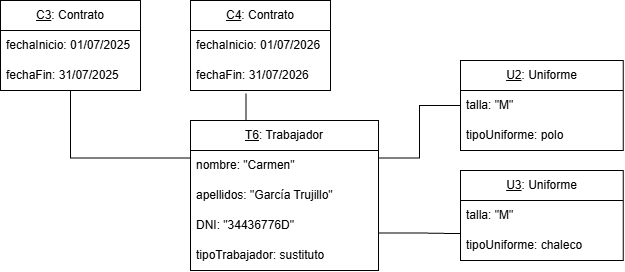
This is Imágenes/Diagrama Uniforme.png from DYL0061/proyecto-curso-iissi1-2026-DYL0061, a draw.io export, as it was before one commit. Source tidied: cells renumbered, new cells last; positions are measured from the earlier drawing's top-left corner, leaving out a move shared by most shapes. The source it was exported from:
```xml
<mxGraphModel>
  <root>
    <mxCell id="0" />
    <mxCell id="1" parent="0" />
    <mxCell id="2" style="edgeStyle=orthogonalEdgeStyle;rounded=0;jettySize=auto;html=1;exitX=1;exitY=0.25;exitDx=0;exitDy=0;entryX=0;entryY=0.5;entryDx=0;entryDy=0;defaultLabelBackgroundColor=page;endArrow=none;endFill=0;" parent="1" edge="1" source="3" target="12">
      <mxGeometry relative="1" as="geometry" />
    </mxCell>
    <mxCell id="3" value="&lt;u&gt;T6&lt;/u&gt;: Trabajador" style="swimlane;fontStyle=0;horizontal=1;startSize=30;whiteSpace=wrap;html=1;" parent="1" vertex="1">
      <mxGeometry x="190" y="120" width="188" height="150" as="geometry" />
    </mxCell>
    <mxCell id="4" value="nombre: &quot;Carmen&quot;" style="text;strokeColor=none;fillColor=none;align=left;verticalAlign=middle;spacingLeft=4;spacingRight=4;overflow=hidden;whiteSpace=wrap;html=1;" parent="3" vertex="1">
      <mxGeometry y="30" width="188" height="30" as="geometry" />
    </mxCell>
    <mxCell id="5" value="apellidos: &quot;García Trujillo&quot;" style="text;strokeColor=none;fillColor=none;align=left;verticalAlign=middle;spacingLeft=4;spacingRight=4;overflow=hidden;whiteSpace=wrap;html=1;" parent="3" vertex="1">
      <mxGeometry y="60" width="188" height="30" as="geometry" />
    </mxCell>
    <mxCell id="6" value="DNI: &quot;34436776D&quot;" style="text;strokeColor=none;fillColor=none;align=left;verticalAlign=middle;spacingLeft=4;spacingRight=4;overflow=hidden;whiteSpace=wrap;html=1;" parent="3" vertex="1">
      <mxGeometry y="90" width="188" height="30" as="geometry" />
    </mxCell>
    <mxCell id="7" value="tipoTrabajador: sustituto" style="text;strokeColor=none;fillColor=none;align=left;verticalAlign=middle;spacingLeft=4;spacingRight=4;overflow=hidden;whiteSpace=wrap;html=1;" parent="3" vertex="1">
      <mxGeometry y="120" width="188" height="30" as="geometry" />
    </mxCell>
    <mxCell id="8" value="&lt;font style=&quot;font-size: 12px;&quot;&gt;&lt;u&gt;C4&lt;/u&gt;: Contrato&lt;/font&gt;" style="swimlane;fontStyle=0;horizontal=1;startSize=30;whiteSpace=wrap;html=1;fontSize=10;" parent="1" vertex="1">
      <mxGeometry x="190" width="140" height="90" as="geometry" />
    </mxCell>
    <mxCell id="9" value="&lt;font style=&quot;font-size: 12px;&quot;&gt;fechaInicio: 01/07/2026&lt;/font&gt;" style="text;strokeColor=none;fillColor=none;align=left;verticalAlign=middle;spacingLeft=4;spacingRight=4;overflow=hidden;whiteSpace=wrap;html=1;fontSize=10;" parent="8" vertex="1">
      <mxGeometry y="30" width="140" height="30" as="geometry" />
    </mxCell>
    <mxCell id="10" value="&lt;font style=&quot;font-size: 12px;&quot;&gt;fechaFin: 31/07/2026&lt;/font&gt;" style="text;strokeColor=none;fillColor=none;align=left;verticalAlign=middle;spacingLeft=4;spacingRight=4;overflow=hidden;points=[[0,0.5],[1,0.5]];portConstraint=eastwest;whiteSpace=wrap;html=1;fontSize=10;" parent="8" vertex="1">
      <mxGeometry y="60" width="140" height="30" as="geometry" />
    </mxCell>
    <mxCell id="11" style="edgeStyle=orthogonalEdgeStyle;rounded=0;jettySize=auto;html=1;exitX=0.25;exitY=0;exitDx=0;exitDy=0;entryX=0.397;entryY=1.096;entryDx=0;entryDy=0;entryPerimeter=0;defaultLabelBackgroundColor=page;endArrow=none;endFill=0;" parent="1" edge="1" source="3" target="10">
      <mxGeometry x="0.01" relative="1" as="geometry" />
    </mxCell>
    <mxCell id="12" value="&lt;font style=&quot;font-size: 12px;&quot;&gt;&lt;u&gt;U2&lt;/u&gt;: Uniforme&lt;/font&gt;" style="swimlane;fontStyle=0;horizontal=1;startSize=30;whiteSpace=wrap;html=1;fontSize=10;" parent="1" vertex="1">
      <mxGeometry x="460" y="60" width="162.6" height="90" as="geometry" />
    </mxCell>
    <mxCell id="13" value="&lt;font style=&quot;font-size: 12px;&quot;&gt;talla: &quot;M&quot;&lt;/font&gt;" style="text;strokeColor=none;fillColor=none;align=left;verticalAlign=middle;spacingLeft=4;spacingRight=4;overflow=hidden;whiteSpace=wrap;html=1;fontSize=10;" parent="12" vertex="1">
      <mxGeometry y="30" width="162.6" height="30" as="geometry" />
    </mxCell>
    <mxCell id="14" value="&lt;font style=&quot;font-size: 12px;&quot;&gt;tipoUniforme: polo&amp;nbsp;&lt;/font&gt;" style="text;strokeColor=none;fillColor=none;align=left;verticalAlign=middle;spacingLeft=4;spacingRight=4;overflow=hidden;whiteSpace=wrap;html=1;fontSize=10;" parent="12" vertex="1">
      <mxGeometry y="60" width="162.6" height="30" as="geometry" />
    </mxCell>
    <mxCell id="15" value="&lt;font style=&quot;font-size: 12px;&quot;&gt;&lt;u&gt;U3&lt;/u&gt;: Uniforme&lt;/font&gt;" style="swimlane;fontStyle=0;horizontal=1;startSize=30;whiteSpace=wrap;html=1;fontSize=10;" parent="1" vertex="1">
      <mxGeometry x="460" y="170" width="162.6" height="90" as="geometry" />
    </mxCell>
    <mxCell id="16" value="&lt;font style=&quot;font-size: 12px;&quot;&gt;talla: &quot;M&quot;&lt;/font&gt;" style="text;strokeColor=none;fillColor=none;align=left;verticalAlign=middle;spacingLeft=4;spacingRight=4;overflow=hidden;whiteSpace=wrap;html=1;fontSize=10;" parent="15" vertex="1">
      <mxGeometry y="30" width="162.6" height="30" as="geometry" />
    </mxCell>
    <mxCell id="17" value="&lt;font style=&quot;font-size: 12px;&quot;&gt;tipoUniforme: chaleco&amp;nbsp;&lt;/font&gt;" style="text;strokeColor=none;fillColor=none;align=left;verticalAlign=middle;spacingLeft=4;spacingRight=4;overflow=hidden;points=[[0,0.5],[1,0.5]];portConstraint=eastwest;whiteSpace=wrap;html=1;fontSize=10;" parent="15" vertex="1">
      <mxGeometry y="60" width="162.6" height="30" as="geometry" />
    </mxCell>
    <mxCell id="18" style="edgeStyle=orthogonalEdgeStyle;rounded=0;jettySize=auto;html=1;exitX=1;exitY=0.75;exitDx=0;exitDy=0;entryX=0.002;entryY=0.104;entryDx=0;entryDy=0;entryPerimeter=0;defaultLabelBackgroundColor=page;endArrow=none;endFill=0;" parent="1" edge="1" source="3" target="17">
      <mxGeometry x="-0.01" relative="1" as="geometry" />
    </mxCell>
    <mxCell id="19" value="&lt;font style=&quot;font-size: 12px;&quot;&gt;&lt;u&gt;C3&lt;/u&gt;: Contrato&lt;/font&gt;" style="swimlane;fontStyle=0;horizontal=1;startSize=30;whiteSpace=wrap;html=1;fontSize=10;" parent="1" vertex="1">
      <mxGeometry width="140" height="90" as="geometry" />
    </mxCell>
    <mxCell id="20" value="&lt;font style=&quot;font-size: 12px;&quot;&gt;fechaInicio: 01/07/2025&lt;/font&gt;" style="text;strokeColor=none;fillColor=none;align=left;verticalAlign=middle;spacingLeft=4;spacingRight=4;overflow=hidden;whiteSpace=wrap;html=1;fontSize=10;" parent="19" vertex="1">
      <mxGeometry y="30" width="140" height="30" as="geometry" />
    </mxCell>
    <mxCell id="21" value="&lt;font style=&quot;font-size: 12px;&quot;&gt;fechaFin: 31/07/2025&lt;/font&gt;" style="text;strokeColor=none;fillColor=none;align=left;verticalAlign=middle;spacingLeft=4;spacingRight=4;overflow=hidden;whiteSpace=wrap;html=1;fontSize=10;" parent="19" vertex="1">
      <mxGeometry y="60" width="140" height="30" as="geometry" />
    </mxCell>
    <mxCell id="22" style="edgeStyle=orthogonalEdgeStyle;rounded=0;jettySize=auto;html=1;exitX=0;exitY=0.25;exitDx=0;exitDy=0;entryX=0.5;entryY=1;entryDx=0;entryDy=0;defaultLabelBackgroundColor=page;endArrow=none;endFill=0;" parent="1" edge="1" source="3" target="19">
      <mxGeometry relative="1" as="geometry" />
    </mxCell>
  </root>
</mxGraphModel>
```
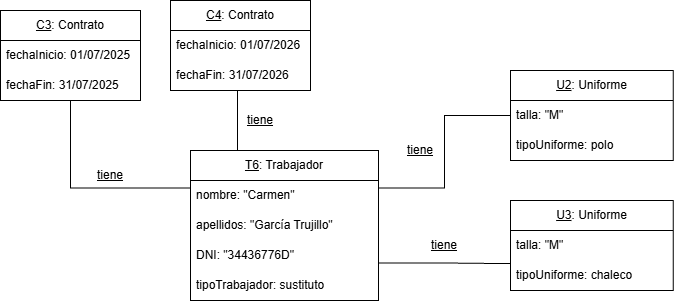
Above is the later version.

The edit, as a diff of the source:
```diff
@@ -5,8 +5,11 @@
     <mxCell id="2" style="edgeStyle=orthogonalEdgeStyle;rounded=0;jettySize=auto;html=1;exitX=1;exitY=0.25;exitDx=0;exitDy=0;entryX=0;entryY=0.5;entryDx=0;entryDy=0;defaultLabelBackgroundColor=page;endArrow=none;endFill=0;" parent="1" edge="1" source="3" target="12">
       <mxGeometry relative="1" as="geometry" />
     </mxCell>
+    <mxCell id="11" style="edgeStyle=orthogonalEdgeStyle;shape=connector;rounded=0;jettySize=auto;html=1;exitX=0.25;exitY=0;exitDx=0;exitDy=0;entryX=0.479;entryY=1.009;entryDx=0;entryDy=0;strokeColor=default;align=center;verticalAlign=middle;fontFamily=Helvetica;fontSize=11;fontColor=default;labelBackgroundColor=default;defaultLabelBackgroundColor=page;endArrow=none;endFill=0;entryPerimeter=0;" parent="1" edge="1" source="3" target="10">
+      <mxGeometry x="0.02" relative="1" as="geometry" />
+    </mxCell>
     <mxCell id="3" value="&lt;u&gt;T6&lt;/u&gt;: Trabajador" style="swimlane;fontStyle=0;horizontal=1;startSize=30;whiteSpace=wrap;html=1;" parent="1" vertex="1">
-      <mxGeometry x="190" y="120" width="188" height="150" as="geometry" />
+      <mxGeometry x="190" y="140" width="188" height="150" as="geometry" />
     </mxCell>
     <mxCell id="4" value="nombre: &quot;Carmen&quot;" style="text;strokeColor=none;fillColor=none;align=left;verticalAlign=middle;spacingLeft=4;spacingRight=4;overflow=hidden;whiteSpace=wrap;html=1;" parent="3" vertex="1">
       <mxGeometry y="30" width="188" height="30" as="geometry" />
@@ -21,7 +24,7 @@
       <mxGeometry y="120" width="188" height="30" as="geometry" />
     </mxCell>
     <mxCell id="8" value="&lt;font style=&quot;font-size: 12px;&quot;&gt;&lt;u&gt;C4&lt;/u&gt;: Contrato&lt;/font&gt;" style="swimlane;fontStyle=0;horizontal=1;startSize=30;whiteSpace=wrap;html=1;fontSize=10;" parent="1" vertex="1">
-      <mxGeometry x="190" width="140" height="90" as="geometry" />
+      <mxGeometry x="170" y="-10" width="140" height="90" as="geometry" />
     </mxCell>
     <mxCell id="9" value="&lt;font style=&quot;font-size: 12px;&quot;&gt;fechaInicio: 01/07/2026&lt;/font&gt;" style="text;strokeColor=none;fillColor=none;align=left;verticalAlign=middle;spacingLeft=4;spacingRight=4;overflow=hidden;whiteSpace=wrap;html=1;fontSize=10;" parent="8" vertex="1">
       <mxGeometry y="30" width="140" height="30" as="geometry" />
@@ -29,11 +32,8 @@
     <mxCell id="10" value="&lt;font style=&quot;font-size: 12px;&quot;&gt;fechaFin: 31/07/2026&lt;/font&gt;" style="text;strokeColor=none;fillColor=none;align=left;verticalAlign=middle;spacingLeft=4;spacingRight=4;overflow=hidden;points=[[0,0.5],[1,0.5]];portConstraint=eastwest;whiteSpace=wrap;html=1;fontSize=10;" parent="8" vertex="1">
       <mxGeometry y="60" width="140" height="30" as="geometry" />
     </mxCell>
-    <mxCell id="11" style="edgeStyle=orthogonalEdgeStyle;rounded=0;jettySize=auto;html=1;exitX=0.25;exitY=0;exitDx=0;exitDy=0;entryX=0.397;entryY=1.096;entryDx=0;entryDy=0;entryPerimeter=0;defaultLabelBackgroundColor=page;endArrow=none;endFill=0;" parent="1" edge="1" source="3" target="10">
-      <mxGeometry x="0.01" relative="1" as="geometry" />
-    </mxCell>
     <mxCell id="12" value="&lt;font style=&quot;font-size: 12px;&quot;&gt;&lt;u&gt;U2&lt;/u&gt;: Uniforme&lt;/font&gt;" style="swimlane;fontStyle=0;horizontal=1;startSize=30;whiteSpace=wrap;html=1;fontSize=10;" parent="1" vertex="1">
-      <mxGeometry x="460" y="60" width="162.6" height="90" as="geometry" />
+      <mxGeometry x="510" y="60" width="162.6" height="90" as="geometry" />
     </mxCell>
     <mxCell id="13" value="&lt;font style=&quot;font-size: 12px;&quot;&gt;talla: &quot;M&quot;&lt;/font&gt;" style="text;strokeColor=none;fillColor=none;align=left;verticalAlign=middle;spacingLeft=4;spacingRight=4;overflow=hidden;whiteSpace=wrap;html=1;fontSize=10;" parent="12" vertex="1">
       <mxGeometry y="30" width="162.6" height="30" as="geometry" />
@@ -42,7 +42,7 @@
       <mxGeometry y="60" width="162.6" height="30" as="geometry" />
     </mxCell>
     <mxCell id="15" value="&lt;font style=&quot;font-size: 12px;&quot;&gt;&lt;u&gt;U3&lt;/u&gt;: Uniforme&lt;/font&gt;" style="swimlane;fontStyle=0;horizontal=1;startSize=30;whiteSpace=wrap;html=1;fontSize=10;" parent="1" vertex="1">
-      <mxGeometry x="460" y="170" width="162.6" height="90" as="geometry" />
+      <mxGeometry x="510" y="190" width="162.6" height="90" as="geometry" />
     </mxCell>
     <mxCell id="16" value="&lt;font style=&quot;font-size: 12px;&quot;&gt;talla: &quot;M&quot;&lt;/font&gt;" style="text;strokeColor=none;fillColor=none;align=left;verticalAlign=middle;spacingLeft=4;spacingRight=4;overflow=hidden;whiteSpace=wrap;html=1;fontSize=10;" parent="15" vertex="1">
       <mxGeometry y="30" width="162.6" height="30" as="geometry" />
@@ -65,5 +65,17 @@
     <mxCell id="22" style="edgeStyle=orthogonalEdgeStyle;rounded=0;jettySize=auto;html=1;exitX=0;exitY=0.25;exitDx=0;exitDy=0;entryX=0.5;entryY=1;entryDx=0;entryDy=0;defaultLabelBackgroundColor=page;endArrow=none;endFill=0;" parent="1" edge="1" source="3" target="19">
       <mxGeometry relative="1" as="geometry" />
     </mxCell>
+    <mxCell id="23" value="&lt;u&gt;tiene&lt;/u&gt;" style="text;html=1;whiteSpace=wrap;strokeColor=none;fillColor=none;align=center;verticalAlign=middle;rounded=0;" parent="1" vertex="1">
+      <mxGeometry x="80" y="150" width="60" height="30" as="geometry" />
+    </mxCell>
+    <mxCell id="24" value="&lt;u&gt;tiene&lt;/u&gt;" style="text;html=1;whiteSpace=wrap;strokeColor=none;fillColor=none;align=center;verticalAlign=middle;rounded=0;" parent="1" vertex="1">
+      <mxGeometry x="230" y="95" width="60" height="30" as="geometry" />
+    </mxCell>
+    <mxCell id="25" value="&lt;u&gt;tiene&lt;/u&gt;" style="text;html=1;whiteSpace=wrap;strokeColor=none;fillColor=none;align=center;verticalAlign=middle;rounded=0;" parent="1" vertex="1">
+      <mxGeometry x="390" y="125" width="60" height="30" as="geometry" />
+    </mxCell>
+    <mxCell id="26" value="&lt;u&gt;tiene&lt;/u&gt;" style="text;html=1;whiteSpace=wrap;strokeColor=none;fillColor=none;align=center;verticalAlign=middle;rounded=0;" parent="1" vertex="1">
+      <mxGeometry x="414" y="220" width="60" height="30" as="geometry" />
+    </mxCell>
   </root>
 </mxGraphModel>
```
